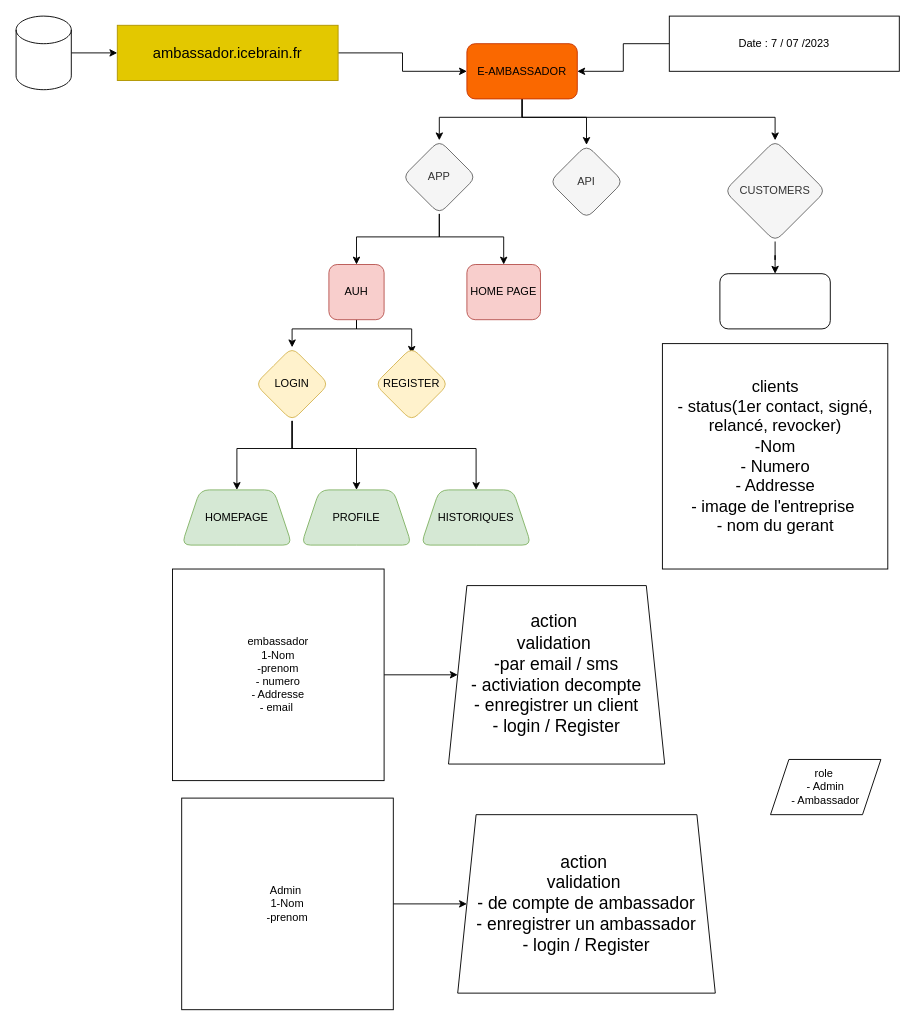
Above: Diagramme sans nom.drawio in chrisaime42/e-ambassador (draw.io), before the change. Source tidied: cells renumbered, new cells numbered last; positions are measured from the earlier drawing's top-left corner, leaving out a move shared by most shapes. Both pictures are drawn from the tidied source at 92%, with x=0, y=0 at pixel (16, 16).
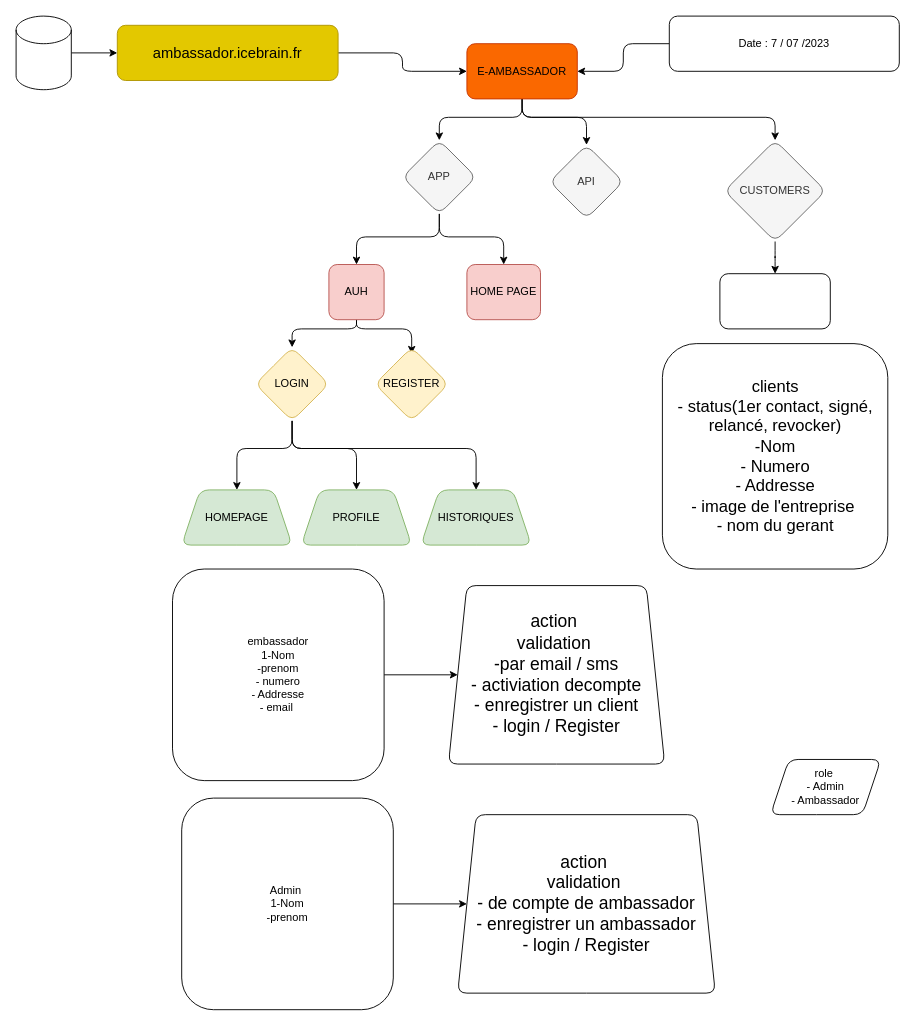
The same diagram, later.

Commit message:
Mettre à jour Diagramme sans nom.drawio

The change refers to these unchanged cells:
```xml
<mxCell id="5" value="E-AMBASSADOR" style="rounded=1;whiteSpace=wrap;html=1;fillColor=#fa6800;fontColor=#000000;strokeColor=#C73500;" parent="1" vertex="1">
  <mxGeometry x="490" y="30" width="120" height="60" as="geometry" />
</mxCell>
<mxCell id="8" value="APP" style="rhombus;whiteSpace=wrap;html=1;rounded=1;fillColor=#f5f5f5;fontColor=#333333;strokeColor=#666666;" parent="1" vertex="1">
  <mxGeometry x="420" y="135" width="80" height="80" as="geometry" />
</mxCell>
<mxCell id="9" value="API" style="rhombus;whiteSpace=wrap;html=1;rounded=1;fillColor=#f5f5f5;fontColor=#333333;strokeColor=#666666;" parent="1" vertex="1">
  <mxGeometry x="580" y="140" width="80" height="80" as="geometry" />
</mxCell>
<mxCell id="12" value="AUH" style="whiteSpace=wrap;html=1;rounded=1;fillColor=#f8cecc;strokeColor=#b85450;" parent="1" vertex="1">
  <mxGeometry x="340" y="270" width="60" height="60" as="geometry" />
</mxCell>
<mxCell id="13" value="HOME PAGE" style="whiteSpace=wrap;html=1;rounded=1;fillColor=#f8cecc;strokeColor=#b85450;" parent="1" vertex="1">
  <mxGeometry x="490" y="270" width="80" height="60" as="geometry" />
</mxCell>
<mxCell id="17" value="LOGIN" style="rhombus;whiteSpace=wrap;html=1;rounded=1;fillColor=#fff2cc;strokeColor=#d6b656;" parent="1" vertex="1">
  <mxGeometry x="260" y="360" width="80" height="80" as="geometry" />
</mxCell>
<mxCell id="18" value="REGISTER" style="rhombus;whiteSpace=wrap;html=1;rounded=1;fillColor=#fff2cc;strokeColor=#d6b656;" parent="1" vertex="1">
  <mxGeometry x="390" y="360" width="80" height="80" as="geometry" />
</mxCell>
<mxCell id="20" value="CUSTOMERS" style="rhombus;whiteSpace=wrap;html=1;rounded=1;fillColor=#f5f5f5;fontColor=#333333;strokeColor=#666666;" parent="1" vertex="1">
  <mxGeometry x="770" y="135" width="110" height="110" as="geometry" />
</mxCell>
<mxCell id="21" style="whiteSpace=wrap;html=1;rounded=1;" parent="1" vertex="1">
  <mxGeometry x="765" y="280" width="120" height="60" as="geometry" />
</mxCell>
<mxCell id="22" value="HOMEPAGE" style="shape=trapezoid;perimeter=trapezoidPerimeter;whiteSpace=wrap;html=1;fixedSize=1;rounded=1;fillColor=#d5e8d4;strokeColor=#82b366;" parent="1" vertex="1">
  <mxGeometry x="180" y="515" width="120" height="60" as="geometry" />
</mxCell>
<mxCell id="23" value="PROFILE" style="shape=trapezoid;perimeter=trapezoidPerimeter;whiteSpace=wrap;html=1;fixedSize=1;rounded=1;fillColor=#d5e8d4;strokeColor=#82b366;" parent="1" vertex="1">
  <mxGeometry x="310" y="515" width="120" height="60" as="geometry" />
</mxCell>
<mxCell id="24" value="HISTORIQUES" style="shape=trapezoid;perimeter=trapezoidPerimeter;whiteSpace=wrap;html=1;fixedSize=1;rounded=1;fillColor=#d5e8d4;strokeColor=#82b366;" parent="1" vertex="1">
  <mxGeometry x="440" y="515" width="120" height="60" as="geometry" />
</mxCell>
```

Change to the diagram source:
```diff
@@
-    <mxCell id="2" style="edgeStyle=orthogonalEdgeStyle;rounded=0;jettySize=auto;html=1;" parent="1" edge="1" source="5" target="8">
+    <mxCell id="2" style="edgeStyle=orthogonalEdgeStyle;rounded=1;jettySize=auto;html=1;" parent="1" edge="1" source="5" target="8">
       <mxGeometry relative="1" as="geometry">
         <Array as="points">
           <mxPoint x="550" y="110" />
           <mxPoint x="460" y="110" />
         </Array>
       </mxGeometry>
     </mxCell>
-    <mxCell id="3" style="edgeStyle=orthogonalEdgeStyle;rounded=0;jettySize=auto;html=1;entryX=0.5;entryY=0;entryDx=0;entryDy=0;" parent="1" edge="1" source="5" target="9">
+    <mxCell id="3" style="edgeStyle=orthogonalEdgeStyle;rounded=1;jettySize=auto;html=1;entryX=0.5;entryY=0;entryDx=0;entryDy=0;" parent="1" edge="1" source="5" target="9">
       <mxGeometry relative="1" as="geometry">
         <Array as="points">
           <mxPoint x="550" y="110" />
           <mxPoint x="620" y="110" />
         </Array>
       </mxGeometry>
     </mxCell>
-    <mxCell id="4" style="edgeStyle=orthogonalEdgeStyle;rounded=0;jettySize=auto;html=1;entryX=0.5;entryY=0;entryDx=0;entryDy=0;" parent="1" edge="1" source="5" target="20">
+    <mxCell id="4" style="edgeStyle=orthogonalEdgeStyle;rounded=1;jettySize=auto;html=1;entryX=0.5;entryY=0;entryDx=0;entryDy=0;" parent="1" edge="1" source="5" target="20">
       <mxGeometry relative="1" as="geometry">
         <Array as="points">
           <mxPoint x="550" y="110" />
           <mxPoint x="825" y="110" />
         </Array>
       </mxGeometry>
     </mxCell>
@@
-    <mxCell id="6" style="edgeStyle=orthogonalEdgeStyle;rounded=0;jettySize=auto;html=1;" parent="1" edge="1" source="8" target="13">
+    <mxCell id="6" style="edgeStyle=orthogonalEdgeStyle;rounded=1;jettySize=auto;html=1;" parent="1" edge="1" source="8" target="13">
       <mxGeometry relative="1" as="geometry">
         <Array as="points">
           <mxPoint x="460" y="240" />
           <mxPoint x="530" y="240" />
         </Array>
       </mxGeometry>
     </mxCell>
-    <mxCell id="7" style="edgeStyle=orthogonalEdgeStyle;rounded=0;jettySize=auto;html=1;entryX=0.5;entryY=0;entryDx=0;entryDy=0;" parent="1" edge="1" source="8" target="12">
+    <mxCell id="7" style="edgeStyle=orthogonalEdgeStyle;rounded=1;jettySize=auto;html=1;entryX=0.5;entryY=0;entryDx=0;entryDy=0;" parent="1" edge="1" source="8" target="12">
       <mxGeometry relative="1" as="geometry">
         <Array as="points">
           <mxPoint x="460" y="240" />
           <mxPoint x="370" y="240" />
         </Array>
       </mxGeometry>
     </mxCell>
@@
-    <mxCell id="10" style="edgeStyle=orthogonalEdgeStyle;rounded=0;jettySize=auto;html=1;" parent="1" edge="1" source="12" target="17">
+    <mxCell id="10" style="edgeStyle=orthogonalEdgeStyle;rounded=1;jettySize=auto;html=1;" parent="1" edge="1" source="12" target="17">
       <mxGeometry relative="1" as="geometry">
         <Array as="points">
           <mxPoint x="370" y="340" />
           <mxPoint x="300" y="340" />
         </Array>
       </mxGeometry>
     </mxCell>
-    <mxCell id="11" style="edgeStyle=orthogonalEdgeStyle;rounded=0;jettySize=auto;html=1;entryX=0.5;entryY=0.088;entryDx=0;entryDy=0;entryPerimeter=0;" parent="1" edge="1" source="12" target="18">
+    <mxCell id="11" style="edgeStyle=orthogonalEdgeStyle;rounded=1;jettySize=auto;html=1;entryX=0.5;entryY=0.088;entryDx=0;entryDy=0;entryPerimeter=0;" parent="1" edge="1" source="12" target="18">
       <mxGeometry relative="1" as="geometry">
         <Array as="points">
           <mxPoint x="370" y="340" />
           <mxPoint x="430" y="340" />
         </Array>
       </mxGeometry>
     </mxCell>
@@
-    <mxCell id="14" style="edgeStyle=orthogonalEdgeStyle;rounded=0;jettySize=auto;html=1;entryX=0.5;entryY=0;entryDx=0;entryDy=0;" parent="1" edge="1" source="17" target="22">
+    <mxCell id="14" style="edgeStyle=orthogonalEdgeStyle;rounded=1;jettySize=auto;html=1;entryX=0.5;entryY=0;entryDx=0;entryDy=0;" parent="1" edge="1" source="17" target="22">
       <mxGeometry relative="1" as="geometry">
         <Array as="points">
           <mxPoint x="300" y="470" />
           <mxPoint x="240" y="470" />
         </Array>
       </mxGeometry>
     </mxCell>
-    <mxCell id="15" style="edgeStyle=orthogonalEdgeStyle;rounded=0;jettySize=auto;html=1;entryX=0.5;entryY=0;entryDx=0;entryDy=0;" parent="1" edge="1" source="17" target="24">
+    <mxCell id="15" style="edgeStyle=orthogonalEdgeStyle;rounded=1;jettySize=auto;html=1;entryX=0.5;entryY=0;entryDx=0;entryDy=0;" parent="1" edge="1" source="17" target="24">
       <mxGeometry relative="1" as="geometry">
         <Array as="points">
           <mxPoint x="300" y="470" />
           <mxPoint x="500" y="470" />
         </Array>
       </mxGeometry>
     </mxCell>
-    <mxCell id="16" style="edgeStyle=orthogonalEdgeStyle;rounded=0;jettySize=auto;html=1;" parent="1" edge="1" source="17" target="23">
+    <mxCell id="16" style="edgeStyle=orthogonalEdgeStyle;rounded=1;jettySize=auto;html=1;" parent="1" edge="1" source="17" target="23">
       <mxGeometry relative="1" as="geometry">
         <Array as="points">
           <mxPoint x="300" y="470" />
           <mxPoint x="370" y="470" />
         </Array>
       </mxGeometry>
     </mxCell>
@@
-    <mxCell id="19" style="edgeStyle=orthogonalEdgeStyle;rounded=0;jettySize=auto;html=1;" parent="1" edge="1" source="20" target="21">
+    <mxCell id="19" style="edgeStyle=orthogonalEdgeStyle;rounded=1;jettySize=auto;html=1;" parent="1" edge="1" source="20" target="21">
       <mxGeometry relative="1" as="geometry" />
     </mxCell>
@@
-    <mxCell id="25" value="clients&lt;br style=&quot;font-size: 18px;&quot;&gt;- status(1er contact, signé, relancé, revocker)&lt;br style=&quot;font-size: 18px;&quot;&gt;-Nom&lt;br style=&quot;font-size: 18px;&quot;&gt;- Numero&lt;br style=&quot;font-size: 18px;&quot;&gt;- Addresse&lt;br style=&quot;font-size: 18px;&quot;&gt;- image de l'entreprise&amp;nbsp;&lt;br style=&quot;font-size: 18px;&quot;&gt;- nom du gerant" style="whiteSpace=wrap;html=1;fontSize=18;" parent="1" vertex="1">
+    <mxCell id="25" value="clients&lt;br style=&quot;font-size: 18px;&quot;&gt;- status(1er contact, signé, relancé, revocker)&lt;br style=&quot;font-size: 18px;&quot;&gt;-Nom&lt;br style=&quot;font-size: 18px;&quot;&gt;- Numero&lt;br style=&quot;font-size: 18px;&quot;&gt;- Addresse&lt;br style=&quot;font-size: 18px;&quot;&gt;- image de l'entreprise&amp;nbsp;&lt;br style=&quot;font-size: 18px;&quot;&gt;- nom du gerant" style="whiteSpace=wrap;html=1;fontSize=18;rounded=1;" parent="1" vertex="1">
       <mxGeometry x="702.5" y="356" width="245" height="245" as="geometry" />
     </mxCell>
-    <mxCell id="26" style="edgeStyle=orthogonalEdgeStyle;rounded=0;jettySize=auto;html=1;" parent="1" edge="1" source="27" target="28">
+    <mxCell id="26" style="edgeStyle=orthogonalEdgeStyle;rounded=1;jettySize=auto;html=1;" parent="1" edge="1" source="27" target="28">
       <mxGeometry relative="1" as="geometry" />
     </mxCell>
-    <mxCell id="27" value="embassador&lt;br&gt;1-Nom&lt;br&gt;-prenom&lt;br&gt;- numero&lt;br&gt;- Addresse&lt;br&gt;- email&amp;nbsp;" style="whiteSpace=wrap;html=1;" parent="1" vertex="1">
+    <mxCell id="27" value="embassador&lt;br&gt;1-Nom&lt;br&gt;-prenom&lt;br&gt;- numero&lt;br&gt;- Addresse&lt;br&gt;- email&amp;nbsp;" style="whiteSpace=wrap;html=1;rounded=1;" parent="1" vertex="1">
       <mxGeometry x="170" y="601" width="230" height="230" as="geometry" />
     </mxCell>
-    <mxCell id="28" value="action&amp;nbsp;&lt;br style=&quot;font-size: 19px;&quot;&gt;validation&amp;nbsp;&lt;br style=&quot;font-size: 19px;&quot;&gt;-par email / sms&lt;br style=&quot;font-size: 19px;&quot;&gt;- activiation decompte&lt;br style=&quot;font-size: 19px;&quot;&gt;- enregistrer un client&lt;br style=&quot;font-size: 19px;&quot;&gt;- login / Register" style="shape=trapezoid;perimeter=trapezoidPerimeter;whiteSpace=wrap;html=1;fixedSize=1;fontSize=19;" parent="1" vertex="1">
+    <mxCell id="28" value="action&amp;nbsp;&lt;br style=&quot;font-size: 19px;&quot;&gt;validation&amp;nbsp;&lt;br style=&quot;font-size: 19px;&quot;&gt;-par email / sms&lt;br style=&quot;font-size: 19px;&quot;&gt;- activiation decompte&lt;br style=&quot;font-size: 19px;&quot;&gt;- enregistrer un client&lt;br style=&quot;font-size: 19px;&quot;&gt;- login / Register" style="shape=trapezoid;perimeter=trapezoidPerimeter;whiteSpace=wrap;html=1;fixedSize=1;fontSize=19;rounded=1;" parent="1" vertex="1">
       <mxGeometry x="470" y="619" width="235" height="194" as="geometry" />
     </mxCell>
-    <mxCell id="29" style="edgeStyle=orthogonalEdgeStyle;rounded=0;jettySize=auto;html=1;" parent="1" edge="1" source="30" target="31">
+    <mxCell id="29" style="edgeStyle=orthogonalEdgeStyle;rounded=1;jettySize=auto;html=1;" parent="1" edge="1" source="30" target="31">
       <mxGeometry relative="1" as="geometry" />
     </mxCell>
-    <mxCell id="30" value="Admin&amp;nbsp;&lt;br&gt;1-Nom&lt;br&gt;-prenom&lt;br&gt;" style="whiteSpace=wrap;html=1;" parent="1" vertex="1">
+    <mxCell id="30" value="Admin&amp;nbsp;&lt;br&gt;1-Nom&lt;br&gt;-prenom&lt;br&gt;" style="whiteSpace=wrap;html=1;rounded=1;" parent="1" vertex="1">
       <mxGeometry x="180" y="850" width="230" height="230" as="geometry" />
     </mxCell>
-    <mxCell id="31" value="action&amp;nbsp;&lt;br style=&quot;font-size: 19px;&quot;&gt;validation&amp;nbsp;&lt;br style=&quot;font-size: 19px;&quot;&gt;- de compte de ambassador&lt;br style=&quot;font-size: 19px;&quot;&gt;- enregistrer un ambassador&lt;br style=&quot;font-size: 19px;&quot;&gt;- login / Register" style="shape=trapezoid;perimeter=trapezoidPerimeter;whiteSpace=wrap;html=1;fixedSize=1;fontSize=19;" parent="1" vertex="1">
+    <mxCell id="31" value="action&amp;nbsp;&lt;br style=&quot;font-size: 19px;&quot;&gt;validation&amp;nbsp;&lt;br style=&quot;font-size: 19px;&quot;&gt;- de compte de ambassador&lt;br style=&quot;font-size: 19px;&quot;&gt;- enregistrer un ambassador&lt;br style=&quot;font-size: 19px;&quot;&gt;- login / Register" style="shape=trapezoid;perimeter=trapezoidPerimeter;whiteSpace=wrap;html=1;fixedSize=1;fontSize=19;rounded=1;" parent="1" vertex="1">
       <mxGeometry x="480" y="868" width="280" height="194" as="geometry" />
     </mxCell>
-    <mxCell id="32" value="role&amp;nbsp;&lt;br&gt;- Admin&lt;br&gt;- Ambassador" style="shape=parallelogram;perimeter=parallelogramPerimeter;whiteSpace=wrap;html=1;fixedSize=1;" parent="1" vertex="1">
+    <mxCell id="32" value="role&amp;nbsp;&lt;br&gt;- Admin&lt;br&gt;- Ambassador" style="shape=parallelogram;perimeter=parallelogramPerimeter;whiteSpace=wrap;html=1;fixedSize=1;rounded=1;" parent="1" vertex="1">
       <mxGeometry x="820" y="808" width="120" height="60" as="geometry" />
     </mxCell>
-    <mxCell id="33" style="edgeStyle=orthogonalEdgeStyle;rounded=0;jettySize=auto;html=1;" parent="1" edge="1" source="34" target="5">
+    <mxCell id="33" style="edgeStyle=orthogonalEdgeStyle;rounded=1;jettySize=auto;html=1;" parent="1" edge="1" source="34" target="5">
       <mxGeometry relative="1" as="geometry" />
     </mxCell>
-    <mxCell id="34" value="Date : 7 / 07 /2023" style="rounded=0;whiteSpace=wrap;html=1;" parent="1" vertex="1">
+    <mxCell id="34" value="Date : 7 / 07 /2023" style="rounded=1;whiteSpace=wrap;html=1;" parent="1" vertex="1">
       <mxGeometry x="710" width="250" height="60" as="geometry" />
     </mxCell>
-    <mxCell id="35" style="edgeStyle=orthogonalEdgeStyle;rounded=0;jettySize=auto;html=1;" parent="1" edge="1" source="36" target="38">
+    <mxCell id="35" style="edgeStyle=orthogonalEdgeStyle;rounded=1;jettySize=auto;html=1;" parent="1" edge="1" source="36" target="38">
       <mxGeometry relative="1" as="geometry" />
     </mxCell>
-    <mxCell id="36" style="shape=cylinder3;whiteSpace=wrap;html=1;boundedLbl=1;backgroundOutline=1;size=15;" parent="1" vertex="1">
+    <mxCell id="36" style="shape=cylinder3;whiteSpace=wrap;html=1;boundedLbl=1;backgroundOutline=1;size=15;rounded=1;" parent="1" vertex="1">
       <mxGeometry width="60" height="80" as="geometry" />
     </mxCell>
-    <mxCell id="37" style="edgeStyle=orthogonalEdgeStyle;rounded=0;jettySize=auto;html=1;" parent="1" edge="1" source="38" target="5">
+    <mxCell id="37" style="edgeStyle=orthogonalEdgeStyle;rounded=1;jettySize=auto;html=1;" parent="1" edge="1" source="38" target="5">
       <mxGeometry relative="1" as="geometry" />
     </mxCell>
-    <mxCell id="38" value="ambassador.icebrain.fr" style="whiteSpace=wrap;html=1;fontSize=16;fillColor=#e3c800;fontColor=#000000;strokeColor=#B09500;" parent="1" vertex="1">
+    <mxCell id="38" value="ambassador.icebrain.fr" style="whiteSpace=wrap;html=1;fontSize=16;fillColor=#e3c800;fontColor=#000000;strokeColor=#B09500;rounded=1;" parent="1" vertex="1">
       <mxGeometry x="110" y="10" width="240" height="60" as="geometry" />
     </mxCell>
```
